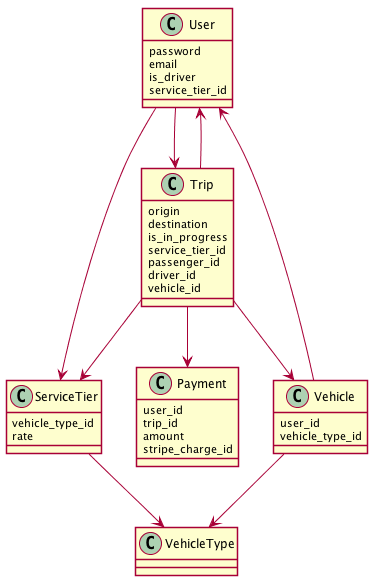
Above: diagrams/2-ride-tiers.png in andrewhao/dddrail-talk (PlantUML), before the change.
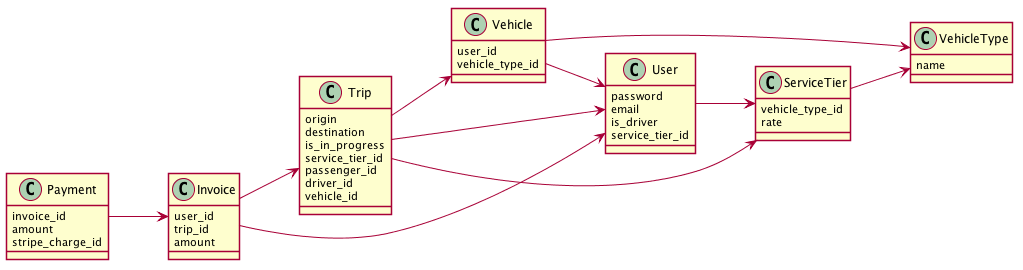
Later version of the same file.

Change to the diagram source:
```diff
@@ -1,4 +1,5 @@
 @startuml
+left to right direction
 skinparam shadowing false
 
 class User {
@@ -18,11 +19,21 @@
   vehicle_id
 }
 
-class Payment {
+class Invoice {
   user_id
   trip_id
   amount
+}
+
+class Payment {
+  invoice_id
+  amount
   stripe_charge_id
+}
+
+class ServiceTier {
+  vehicle_type_id
+  rate
 }
 
 class Vehicle {
@@ -30,23 +41,20 @@
   vehicle_type_id
 }
 
-class ServiceTier {
-  vehicle_type_id
-  rate
-}
-
 class VehicleType {
+  name
 }
 
 
-User --> Trip
 Trip --> User
-Trip --> Payment
 Trip --> ServiceTier
 Trip --> Vehicle
+Vehicle --> User
+Invoice --> User
+Invoice --> Trip
+Payment --> Invoice
 ServiceTier --> VehicleType
 Vehicle --> VehicleType
-Vehicle --> User
 User --> ServiceTier
 
 @enduml
```
